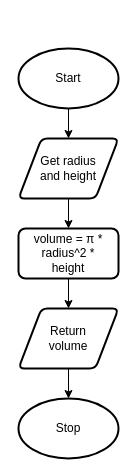
Above: .flowchart.drawio in Miguel-Santacruz/ICS3U-Unit5-04-Python (draw.io), before the change. Source tidied: cells renumbered, new cells numbered last; positions are measured from the earlier drawing's top-left corner, leaving out a move shared by most shapes. Both pictures are drawn from the tidied source at 100%, with x=0, y=0 at pixel (18, 48).
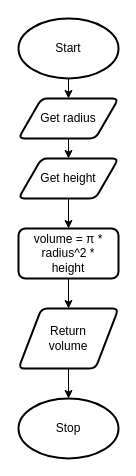
The same diagram, later.

Change to the diagram source:
```diff
@@
 <mxGraphModel>
   <root>
     <mxCell id="0" />
     <mxCell id="1" parent="0" />
-    <mxCell id="2" style="edgeStyle=none;html=1;" parent="1" edge="1" source="3" target="5">
-      <mxGeometry relative="1" as="geometry" />
-    </mxCell>
+    <mxCell id="11" style="edgeStyle=none;html=1;exitX=0.5;exitY=1;exitDx=0;exitDy=0;exitPerimeter=0;entryX=0.5;entryY=0;entryDx=0;entryDy=0;" parent="1" edge="1" source="3" target="13">
+      <mxGeometry relative="1" as="geometry" />
+    </mxCell>
     <mxCell id="3" value="Start" style="strokeWidth=2;html=1;shape=mxgraph.flowchart.start_1;whiteSpace=wrap;" parent="1" vertex="1">
-      <mxGeometry width="100" height="60" as="geometry" />
+      <mxGeometry y="-30" width="100" height="60" as="geometry" />
     </mxCell>
-    <mxCell id="4" style="edgeStyle=none;html=1;" parent="1" edge="1" source="5" target="7">
-      <mxGeometry relative="1" as="geometry" />
+    <mxCell id="4" style="edgeStyle=none;html=1;" parent="1" edge="1" target="7">
+      <mxGeometry relative="1" as="geometry">
+        <mxPoint x="50" y="150" as="sourcePoint" />
+      </mxGeometry>
     </mxCell>
-    <mxCell id="5" value="Get radius&lt;br&gt;and height" style="shape=parallelogram;html=1;strokeWidth=2;perimeter=parallelogramPerimeter;whiteSpace=wrap;rounded=1;arcSize=12;size=0.23;" parent="1" vertex="1">
-      <mxGeometry y="90" width="100" height="60" as="geometry" />
-    </mxCell>
     <mxCell id="6" style="edgeStyle=none;html=1;" parent="1" edge="1" source="7" target="9">
       <mxGeometry relative="1" as="geometry" />
     </mxCell>
     <mxCell id="7" value="volume =&amp;nbsp;π * radius^2 *&lt;br&gt;height" style="rounded=1;whiteSpace=wrap;html=1;absoluteArcSize=1;arcSize=14;strokeWidth=2;" parent="1" vertex="1">
       <mxGeometry y="180" width="100" height="50" as="geometry" />
     </mxCell>
     <mxCell id="8" style="edgeStyle=none;html=1;" parent="1" edge="1" source="9" target="10">
       <mxGeometry relative="1" as="geometry" />
     </mxCell>
     <mxCell id="9" value="Return&lt;br&gt;volume" style="shape=parallelogram;html=1;strokeWidth=2;perimeter=parallelogramPerimeter;whiteSpace=wrap;rounded=1;arcSize=12;size=0.23;" parent="1" vertex="1">
       <mxGeometry y="260" width="100" height="60" as="geometry" />
     </mxCell>
     <mxCell id="10" value="Stop" style="strokeWidth=2;html=1;shape=mxgraph.flowchart.start_1;whiteSpace=wrap;" parent="1" vertex="1">
       <mxGeometry y="350" width="100" height="60" as="geometry" />
     </mxCell>
+    <mxCell id="12" style="edgeStyle=none;html=1;exitX=0.5;exitY=1;exitDx=0;exitDy=0;entryX=0.5;entryY=0;entryDx=0;entryDy=0;" parent="1" edge="1" source="13" target="14">
+      <mxGeometry relative="1" as="geometry" />
+    </mxCell>
+    <mxCell id="13" value="Get radius" style="shape=parallelogram;html=1;strokeWidth=2;perimeter=parallelogramPerimeter;whiteSpace=wrap;rounded=1;arcSize=12;size=0.23;" parent="1" vertex="1">
+      <mxGeometry y="50" width="100" height="40" as="geometry" />
+    </mxCell>
+    <mxCell id="14" value="Get height" style="shape=parallelogram;html=1;strokeWidth=2;perimeter=parallelogramPerimeter;whiteSpace=wrap;rounded=1;arcSize=12;size=0.23;" parent="1" vertex="1">
+      <mxGeometry y="110" width="100" height="40" as="geometry" />
+    </mxCell>
   </root>
 </mxGraphModel>
```
